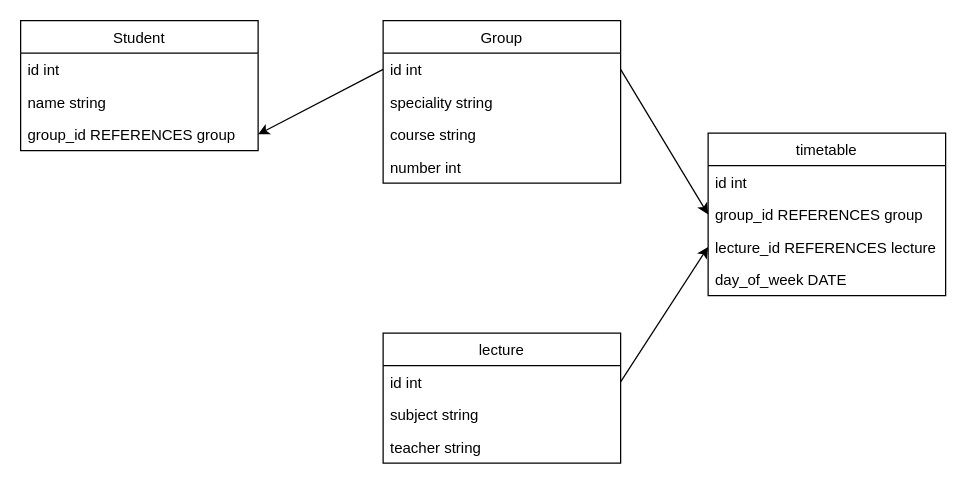
The draw.io diagram Untitled Diagram.drawio in Milexe/Test_task_Elinext, before the edit. Source tidied: cells renumbered, new cells numbered last; positions are measured from the earlier drawing's top-left corner, leaving out a move shared by most shapes. Both pictures are drawn from the tidied source at 125%, with x=0, y=0 at pixel (20, 20).
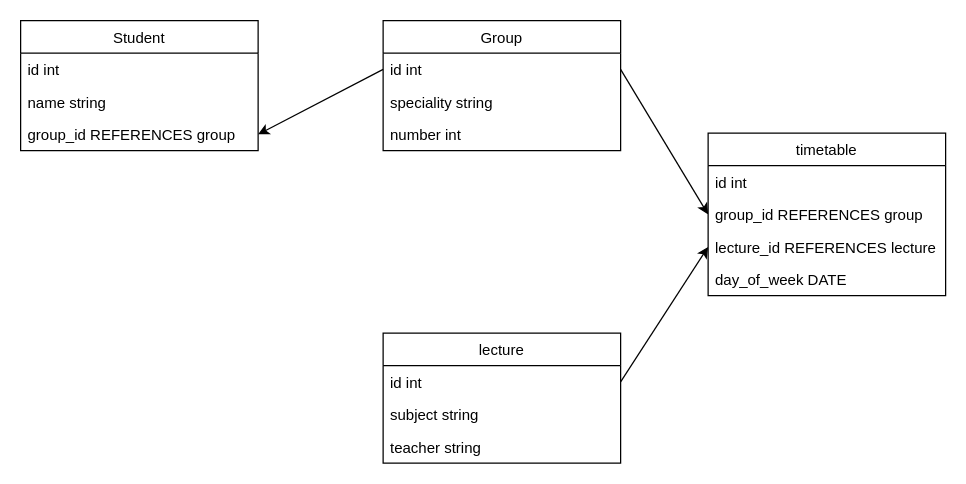
The same page after the edit.

The edit, as a diff of the source:
```diff
@@
     <mxCell id="6" value="Group" style="swimlane;fontStyle=0;horizontal=1;startSize=26;fillColor=none;" parent="1" vertex="1">
-      <mxGeometry x="290" width="190" height="130" as="geometry" />
+      <mxGeometry x="290" width="190" height="104" as="geometry" />
     </mxCell>
@@
-    <mxCell id="9" value="course string" style="text;strokeColor=none;fillColor=none;align=left;verticalAlign=top;spacingLeft=4;spacingRight=4;overflow=hidden;" parent="6" vertex="1">
-      <mxGeometry y="78" width="190" height="26" as="geometry" />
-    </mxCell>
     <mxCell id="10" value="number int " style="text;strokeColor=none;fillColor=none;align=left;verticalAlign=top;spacingLeft=4;spacingRight=4;overflow=hidden;" parent="6" vertex="1">
-      <mxGeometry y="104" width="190" height="26" as="geometry" />
+      <mxGeometry y="78" width="190" height="26" as="geometry" />
     </mxCell>
```
